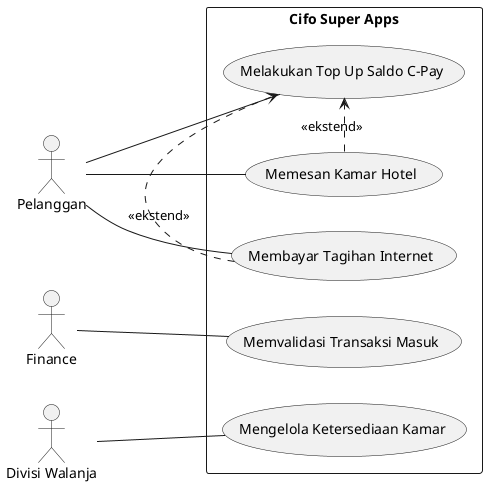
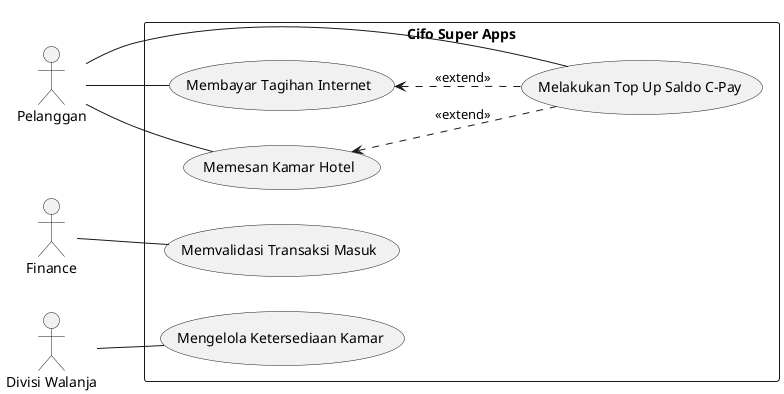
@startuml
left to right direction
skinparam packageStyle rectangle

actor Pelanggan
actor Finance
actor "Divisi Walanja" as DivisiWalanja

rectangle "Cifo Super Apps" {

    usecase "Melakukan Top Up Saldo C-Pay" as UC_TopUp
    usecase "Membayar Tagihan Internet" as UC_BayarInternet
    usecase "Memesan Kamar Hotel" as UC_PesanHotel

    usecase "Memvalidasi Transaksi Masuk" as UC_ValidasiMasuk
    usecase "Mengelola Ketersediaan Kamar" as UC_KelolaKamar

-     ' Bayar internet dan pesan hotel membutuhkan saldo C-Pay
-     UC_BayarInternet .> UC_TopUp : <<ekstend>>
-     UC_PesanHotel .> UC_TopUp : <<ekstend>>
+     ' Perbaikan: Arah panah <<extend>> ditarik dari Extension Case ke Base Case
+     UC_TopUp .up.> UC_BayarInternet : <<extend>>
+     UC_TopUp .up.> UC_PesanHotel : <<extend>>
}

Pelanggan -- UC_TopUp
Pelanggan -- UC_BayarInternet
Pelanggan -- UC_PesanHotel

Finance -- UC_ValidasiMasuk

DivisiWalanja -- UC_KelolaKamar
+ 
@enduml